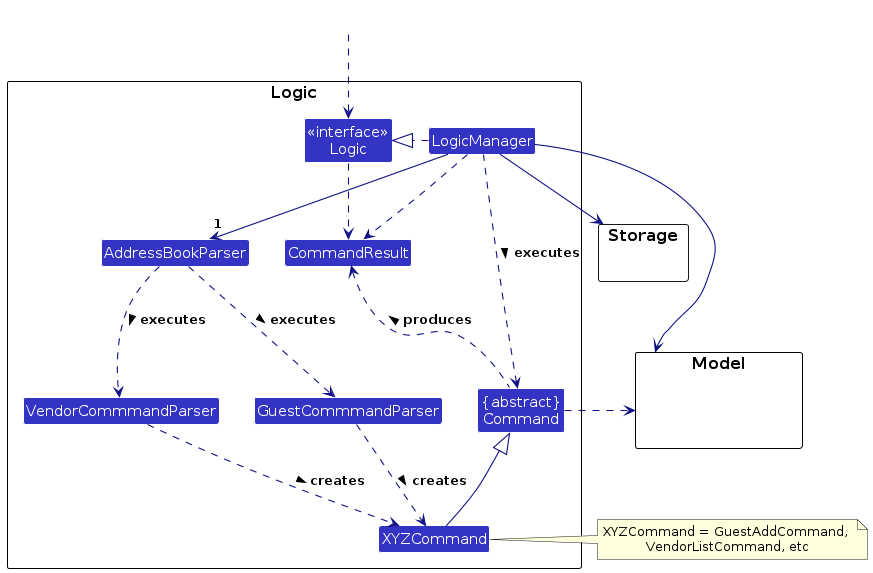
Above: diagrams/LogicClassDiagram.png in keaganpzh/tp (PlantUML), before the change. Its source is kept beside it as diagrams/LogicClassDiagram.puml.
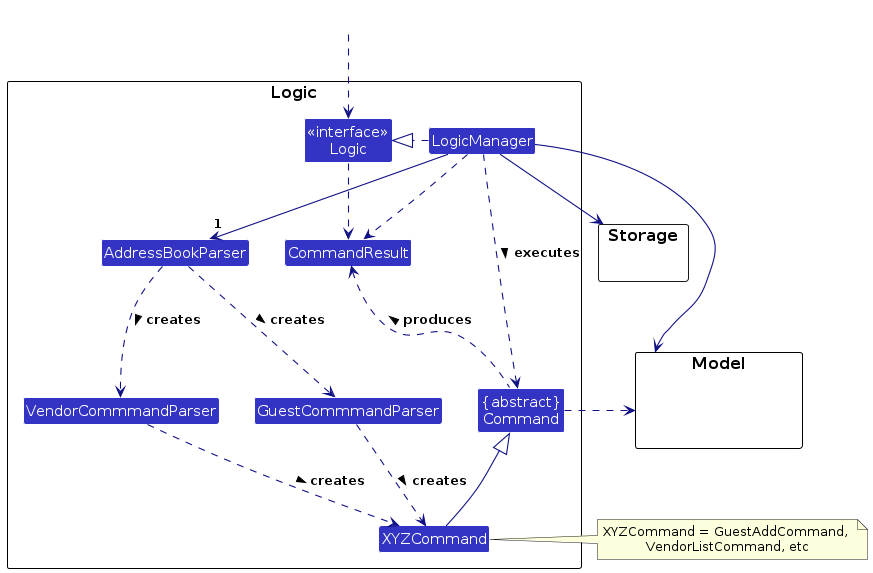
After the commit.

Change to the diagram source:
```diff
@@ -30,8 +30,8 @@
 
 LogicManager .right.|> Logic
 LogicManager -right->"1" AddressBookParser
-AddressBookParser ..> GuestCommmandParser : executes >
-AddressBookParser ..> VendorCommmandParser : executes >
+AddressBookParser ..> GuestCommmandParser : creates >
+AddressBookParser ..> VendorCommmandParser : creates >
 
 GuestCommmandParser ..> XYZCommand : creates >
 VendorCommmandParser ..> XYZCommand : creates >
```
